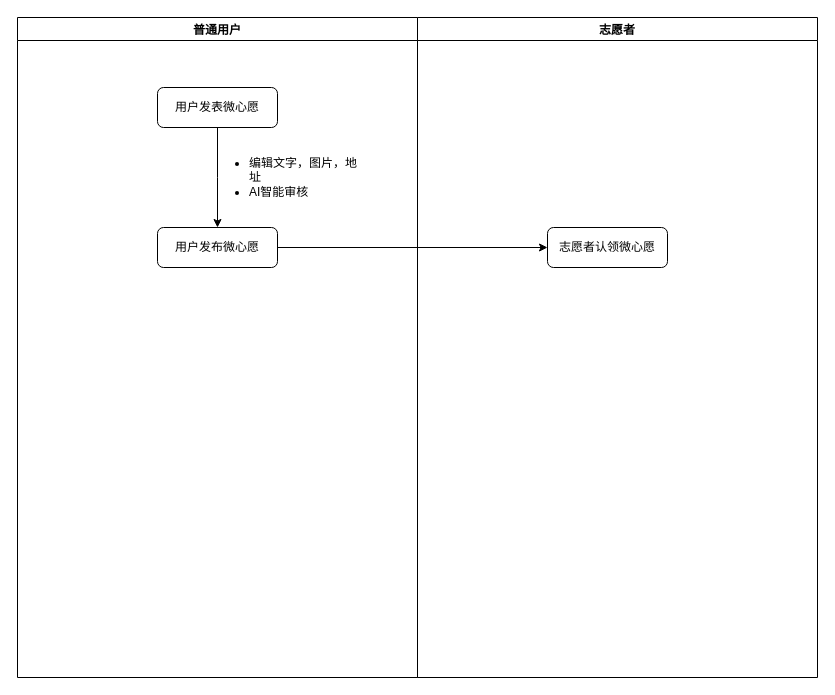
Earlier version of the draw.io diagram 微心愿.drawio (KZ137onethe/hello-world). Source tidied: cells renumbered, new cells numbered last; positions are measured from the earlier drawing's top-left corner, leaving out a move shared by most shapes. Both pictures are drawn from the tidied source at 100%, with x=0, y=0 at pixel (17, 17).
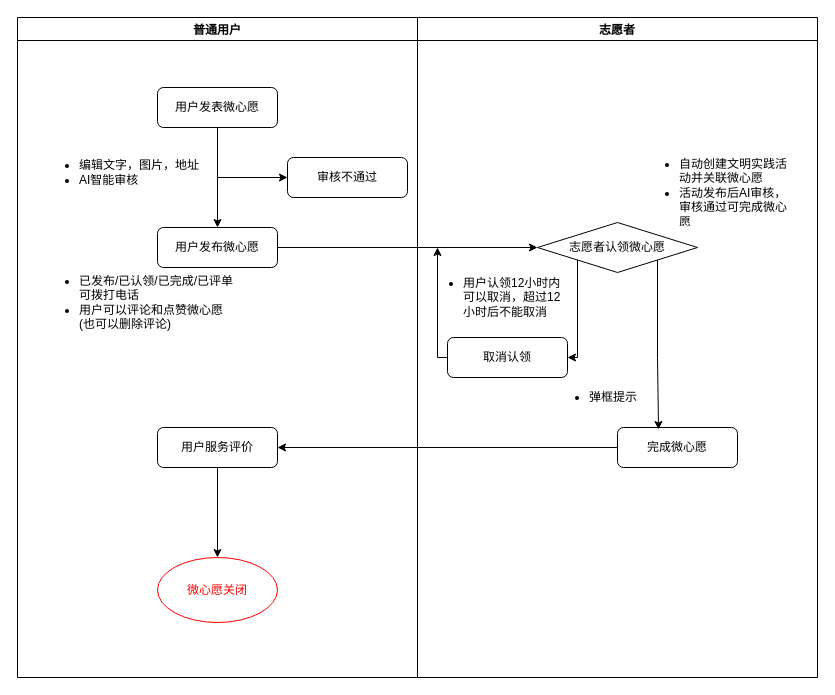
The same page after the edit.

Unchanged cells that the change refers to:
```xml
<mxCell id="2" value="普通用户" style="swimlane;" parent="1" vertex="1">
  <mxGeometry width="400" height="660" as="geometry" />
</mxCell>
<mxCell id="4" value="用户发布微心愿" style="rounded=1;whiteSpace=wrap;html=1;" parent="2" vertex="1">
  <mxGeometry x="140" y="210" width="120" height="40" as="geometry" />
</mxCell>
<mxCell id="6" value="志愿者" style="swimlane;" parent="1" vertex="1">
  <mxGeometry x="400" width="400" height="660" as="geometry" />
</mxCell>
```

Change to the diagram source:
```diff
@@
     <mxCell id="5" value="&lt;ul&gt;&lt;li&gt;编辑文字，图片，地址&lt;/li&gt;&lt;li&gt;AI智能审核&lt;/li&gt;&lt;/ul&gt;" style="text;strokeColor=none;fillColor=none;html=1;whiteSpace=wrap;verticalAlign=middle;overflow=hidden;" parent="2" vertex="1">
-      <mxGeometry x="190" y="110" width="150" height="100" as="geometry" />
+      <mxGeometry x="20" y="110" width="200" height="90" as="geometry" />
     </mxCell>
+    <mxCell id="10" value="&lt;ul&gt;&lt;li&gt;已发布/已认领/已完成/已评单可拨打电话&lt;/li&gt;&lt;li&gt;用户可以评论和点赞微心愿(也可以删除评论)&lt;/li&gt;&lt;/ul&gt;" style="text;strokeColor=none;fillColor=none;html=1;whiteSpace=wrap;verticalAlign=middle;overflow=hidden;" parent="2" vertex="1">
+      <mxGeometry x="20" y="240" width="200" height="90" as="geometry" />
+    </mxCell>
+    <mxCell id="11" value="审核不通过" style="rounded=1;whiteSpace=wrap;html=1;" parent="2" vertex="1">
+      <mxGeometry x="270" y="140" width="120" height="40" as="geometry" />
+    </mxCell>
+    <mxCell id="12" value="用户服务评价" style="rounded=1;whiteSpace=wrap;html=1;" parent="2" vertex="1">
+      <mxGeometry x="140" y="410" width="120" height="40" as="geometry" />
+    </mxCell>
+    <mxCell id="13" value="&lt;font color=&quot;#ff0000&quot;&gt;微心愿关闭&lt;/font&gt;" style="ellipse;whiteSpace=wrap;html=1;strokeColor=#FF0000;" parent="2" vertex="1">
+      <mxGeometry x="140" y="540" width="120" height="65" as="geometry" />
+    </mxCell>
+    <mxCell id="14" style="endArrow=classic;html=1;rounded=0;exitX=0.5;exitY=1;exitDx=0;exitDy=0;entryX=0.5;entryY=0;entryDx=0;entryDy=0;" parent="2" edge="1" source="12" target="13">
+      <mxGeometry relative="1" as="geometry" />
+    </mxCell>
@@
+    <mxCell id="15" value="完成微心愿" style="rounded=1;whiteSpace=wrap;html=1;" parent="6" vertex="1">
+      <mxGeometry x="200" y="410" width="120" height="40" as="geometry" />
+    </mxCell>
+    <mxCell id="16" value="&lt;ul&gt;&lt;li&gt;弹框提示&lt;/li&gt;&lt;/ul&gt;" style="text;strokeColor=none;fillColor=none;html=1;whiteSpace=wrap;verticalAlign=middle;overflow=hidden;" parent="6" vertex="1">
+      <mxGeometry x="130" y="350" width="100" height="60" as="geometry" />
+    </mxCell>
+    <mxCell id="17" value="取消认领" style="rounded=1;whiteSpace=wrap;html=1;" parent="6" vertex="1">
+      <mxGeometry x="30" y="320" width="120" height="40" as="geometry" />
+    </mxCell>
-    <mxCell id="7" value="志愿者认领微心愿" style="rounded=1;whiteSpace=wrap;html=1;" parent="6" vertex="1">
-      <mxGeometry x="130" y="210" width="120" height="40" as="geometry" />
+    <mxCell id="7" value="&lt;span&gt;志愿者认领微心愿&lt;/span&gt;" style="rhombus;whiteSpace=wrap;html=1;" parent="6" vertex="1">
+      <mxGeometry x="120" y="205" width="160" height="50" as="geometry" />
     </mxCell>
+    <mxCell id="18" style="endArrow=classic;html=1;rounded=0;exitX=1;exitY=1;exitDx=0;exitDy=0;entryX=0.342;entryY=0.05;entryDx=0;entryDy=0;entryPerimeter=0;" parent="6" edge="1" source="7" target="15">
+      <mxGeometry relative="1" as="geometry">
+        <Array as="points">
+          <mxPoint x="240" y="340" />
+        </Array>
+      </mxGeometry>
+    </mxCell>
+    <mxCell id="19" style="endArrow=classic;html=1;rounded=0;exitX=0;exitY=1;exitDx=0;exitDy=0;entryX=1;entryY=0.5;entryDx=0;entryDy=0;" parent="6" edge="1" source="7" target="17">
+      <mxGeometry relative="1" as="geometry">
+        <Array as="points">
+          <mxPoint x="160" y="340" />
+        </Array>
+      </mxGeometry>
+    </mxCell>
+    <mxCell id="20" value="&lt;ul&gt;&lt;li&gt;用户认领12小时内可以取消，超过12小时后不能取消&lt;/li&gt;&lt;/ul&gt;" style="text;strokeColor=none;fillColor=none;html=1;whiteSpace=wrap;verticalAlign=middle;overflow=hidden;" parent="6" vertex="1">
+      <mxGeometry x="4" y="240" width="146" height="80" as="geometry" />
+    </mxCell>
+    <mxCell id="21" value="&lt;ul&gt;&lt;li&gt;自动创建文明实践活动并关联微心愿&lt;/li&gt;&lt;li&gt;活动发布后AI审核，审核通过可完成微心愿&lt;/li&gt;&lt;/ul&gt;" style="text;strokeColor=none;fillColor=none;html=1;whiteSpace=wrap;verticalAlign=middle;overflow=hidden;" parent="6" vertex="1">
+      <mxGeometry x="220" y="125" width="150" height="85" as="geometry" />
+    </mxCell>
@@
+    <mxCell id="22" style="endArrow=classic;html=1;rounded=0;" parent="1" edge="1">
+      <mxGeometry relative="1" as="geometry">
+        <mxPoint x="200" y="160" as="sourcePoint" />
+        <mxPoint x="270" y="160" as="targetPoint" />
+      </mxGeometry>
+    </mxCell>
-    <mxCell id="9" style="edgeStyle=orthogonalEdgeStyle;rounded=0;jettySize=auto;html=1;exitX=1;exitY=0.5;exitDx=0;exitDy=0;entryX=0;entryY=0.5;entryDx=0;entryDy=0;" parent="1" edge="1" source="4" target="7">
+    <mxCell id="9" style="endArrow=classic;html=1;rounded=0;exitX=1;exitY=0.5;exitDx=0;exitDy=0;entryX=0;entryY=0.5;entryDx=0;entryDy=0;" parent="1" edge="1" source="4" target="7">
       <mxGeometry relative="1" as="geometry" />
     </mxCell>
+    <mxCell id="23" style="endArrow=classic;html=1;rounded=0;exitX=0;exitY=0.5;exitDx=0;exitDy=0;" parent="1" edge="1" source="17">
+      <mxGeometry relative="1" as="geometry">
+        <mxPoint x="420" y="230" as="targetPoint" />
+        <Array as="points">
+          <mxPoint x="420" y="340" />
+        </Array>
+      </mxGeometry>
+    </mxCell>
+    <mxCell id="24" style="endArrow=classic;html=1;rounded=0;exitX=0;exitY=0.5;exitDx=0;exitDy=0;entryX=1;entryY=0.5;entryDx=0;entryDy=0;" parent="1" edge="1" source="15" target="12">
+      <mxGeometry relative="1" as="geometry" />
+    </mxCell>
```
